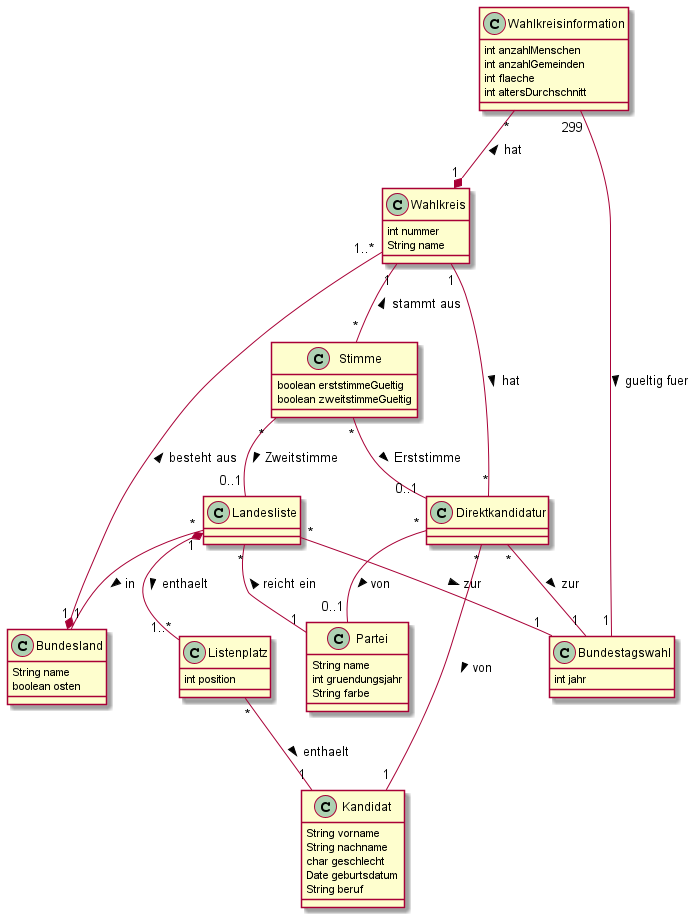
Toemmsche/database-systems-project-mirror keeps this PlantUML diagram as Blatt1/Entwurf.png. Above is the earlier version.
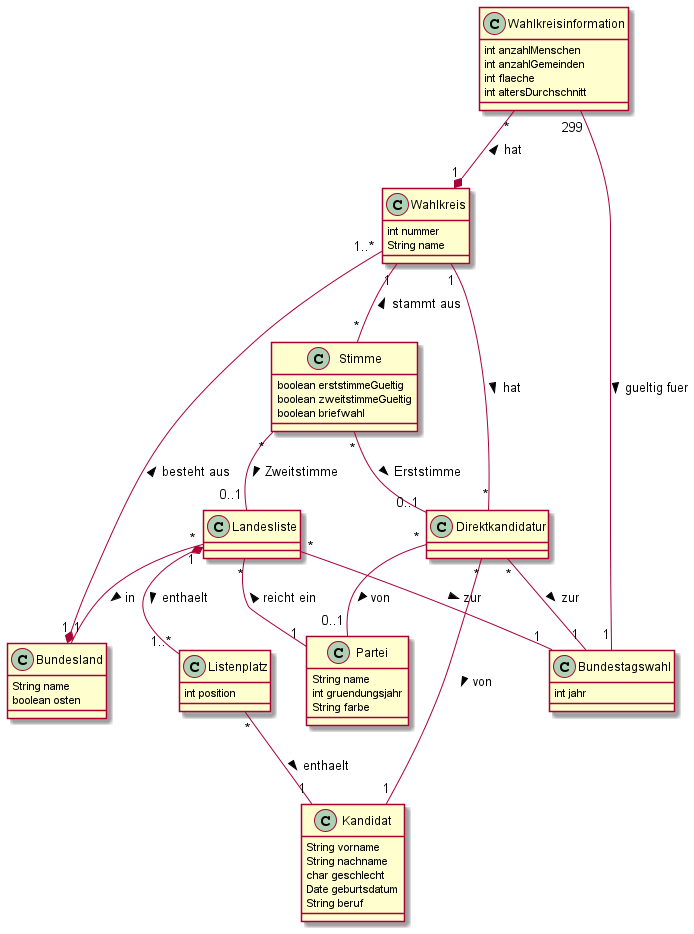
Later version of the same file.

Commit message:
Add attribute to identify votes by mail

Diff of the diagram source:
```diff
@@ -44,6 +44,7 @@
 class Stimme {
     boolean erststimmeGueltig
     boolean zweitstimmeGueltig
+    boolean briefwahl
 }
 
 class Direktkandidatur {
```
